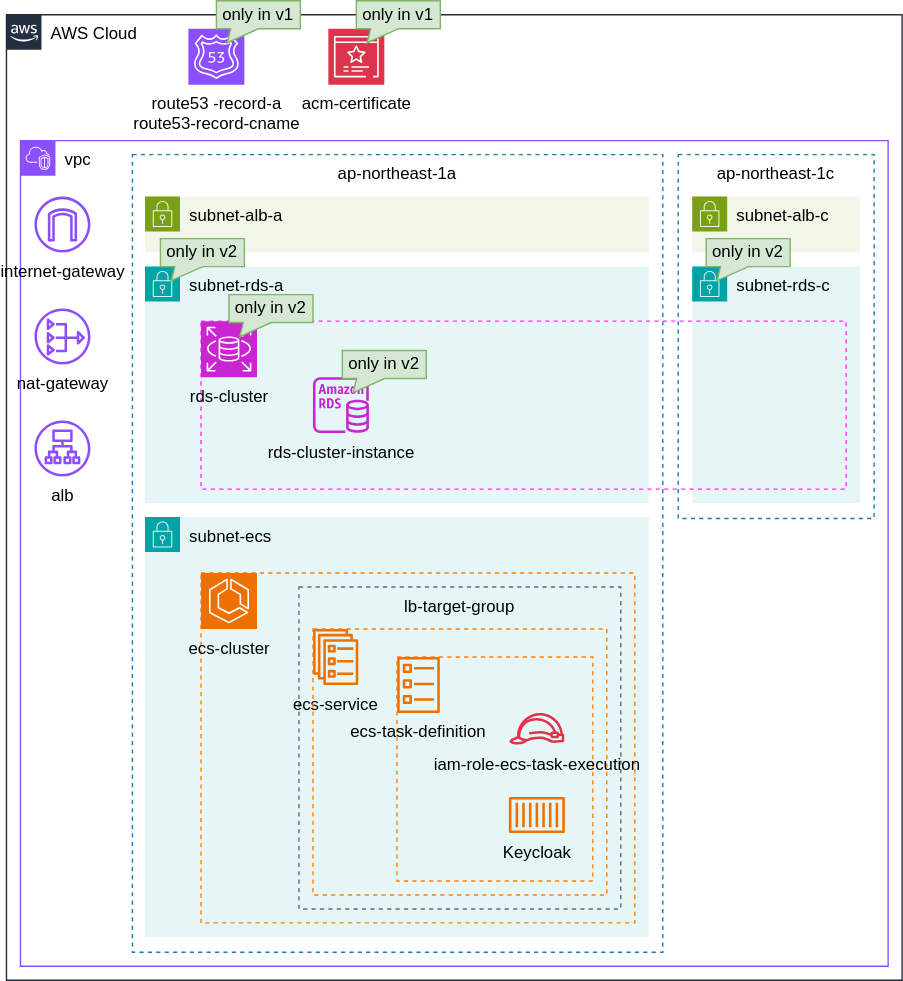
The draw.io diagram AWS/tf-keycloak/tf-keycloak.drawio.svg in cksittech/terraform-templates, before a commit. Source tidied: cells renumbered, new cells last; positions are measured from the earlier drawing's top-left corner, leaving out a move shared by most shapes.
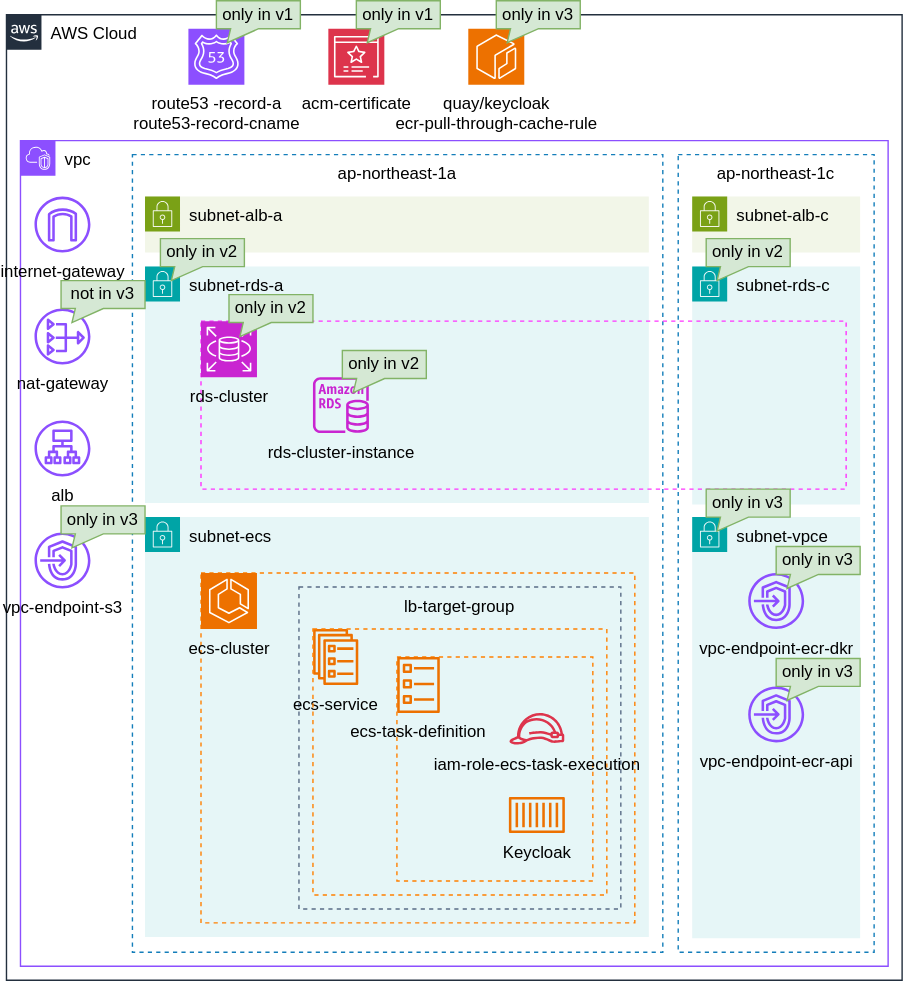
The same diagram one commit later.

Change to the diagram source:
```diff
@@ -11,6 +11,9 @@
     <mxCell id="4" value="acm-certificate" style="sketch=0;fontColor=#000000;fillColor=#DD344C;strokeColor=#ffffff;dashed=0;verticalLabelPosition=bottom;verticalAlign=top;align=center;html=1;fontSize=12;fontStyle=0;shape=mxgraph.aws4.resourceIcon;resIcon=mxgraph.aws4.certificate_manager_3;" parent="2" vertex="1">
       <mxGeometry x="230" y="10" width="40" height="40" as="geometry" />
     </mxCell>
+    <mxCell id="35" value="&lt;font style=&quot;color: rgb(0, 0, 0);&quot;&gt;quay/keycloak&lt;/font&gt;&lt;div&gt;&lt;font style=&quot;color: rgb(0, 0, 0);&quot;&gt;ecr-pull-through-cache-rule&lt;/font&gt;&lt;/div&gt;" style="sketch=0;fontColor=#232F3E;fillColor=#ED7100;strokeColor=#ffffff;dashed=0;verticalLabelPosition=bottom;verticalAlign=top;align=center;html=1;fontSize=12;fontStyle=0;shape=mxgraph.aws4.resourceIcon;resIcon=mxgraph.aws4.ecr;" parent="2" vertex="1">
+      <mxGeometry x="330" y="10" width="40" height="40" as="geometry" />
+    </mxCell>
     <mxCell id="5" value="&lt;div&gt;&lt;span style=&quot;background-color: transparent;&quot;&gt;&lt;font style=&quot;color: rgb(0, 0, 0);&quot;&gt;vpc&lt;/font&gt;&lt;/span&gt;&lt;/div&gt;" style="gradientColor=none;html=1;whiteSpace=wrap;fontSize=12;fontStyle=0;shape=mxgraph.aws4.group;grIcon=mxgraph.aws4.group_vpc2;strokeColor=#8C4FFF;fillColor=none;verticalAlign=top;align=left;spacingLeft=30;fontColor=#000000;dashed=0;" parent="1" vertex="1">
       <mxGeometry x="10" y="100" width="620" height="590" as="geometry" />
     </mxCell>
@@ -24,7 +27,7 @@
       <mxGeometry x="10" y="200" width="40" height="40" as="geometry" />
     </mxCell>
     <mxCell id="9" value="ap-northeast-1c" style="fillColor=none;strokeColor=#147EBA;dashed=1;verticalAlign=top;fontStyle=0;fontColor=#000000;whiteSpace=wrap;html=1;" parent="5" vertex="1">
-      <mxGeometry x="470" y="10" width="140" height="260" as="geometry" />
+      <mxGeometry x="470" y="10" width="140" height="570" as="geometry" />
     </mxCell>
     <mxCell id="10" value="ap-northeast-1a" style="fillColor=none;strokeColor=#147EBA;dashed=1;verticalAlign=top;fontStyle=0;fontColor=#000000;whiteSpace=wrap;html=1;" parent="5" vertex="1">
       <mxGeometry x="80" y="10" width="379" height="570" as="geometry" />
@@ -33,7 +36,7 @@
       <mxGeometry x="89" y="90" width="360" height="169" as="geometry" />
     </mxCell>
     <mxCell id="12" value="subnet-rds-c" style="gradientColor=none;html=1;whiteSpace=wrap;fontSize=12;fontStyle=0;shape=mxgraph.aws4.group;grIcon=mxgraph.aws4.group_security_group;grStroke=0;strokeColor=#00A4A6;fillColor=#E6F6F7;verticalAlign=top;align=left;spacingLeft=30;fontColor=#000000;dashed=0;" parent="5" vertex="1">
-      <mxGeometry x="480" y="90" width="120" height="169" as="geometry" />
+      <mxGeometry x="480" y="90" width="120" height="170" as="geometry" />
     </mxCell>
     <mxCell id="13" style="fillColor=none;strokeColor=#FF33FF;dashed=1;verticalAlign=top;fontStyle=0;fontColor=#000000;whiteSpace=wrap;html=1;" parent="5" vertex="1">
       <mxGeometry x="129" y="129" width="461" height="120" as="geometry" />
@@ -95,11 +98,41 @@
     <mxCell id="32" value="only in v2" style="shape=callout;whiteSpace=wrap;html=1;perimeter=calloutPerimeter;fillColor=#d5e8d4;strokeColor=#82b366;size=10;position=0.17;base=20;position2=0.13;" parent="5" vertex="1">
       <mxGeometry x="490" y="70" width="60" height="30" as="geometry" />
     </mxCell>
+    <mxCell id="36" value="subnet-vpce" style="gradientColor=none;html=1;whiteSpace=wrap;fontSize=12;fontStyle=0;shape=mxgraph.aws4.group;grIcon=mxgraph.aws4.group_security_group;grStroke=0;strokeColor=#00A4A6;fillColor=#E6F6F7;verticalAlign=top;align=left;spacingLeft=30;fontColor=#000000;dashed=0;" parent="5" vertex="1">
+      <mxGeometry x="480" y="269" width="120" height="301" as="geometry" />
+    </mxCell>
+    <mxCell id="37" value="&lt;font style=&quot;color: rgb(0, 0, 0);&quot;&gt;vpc-endpoint-s3&lt;/font&gt;" style="sketch=0;fontColor=#000000;gradientColor=none;fillColor=#8C4FFF;strokeColor=none;dashed=0;verticalLabelPosition=bottom;verticalAlign=top;align=center;html=1;fontSize=12;fontStyle=0;shape=mxgraph.aws4.endpoints;" parent="5" vertex="1">
+      <mxGeometry x="10" y="280" width="40" height="40" as="geometry" />
+    </mxCell>
+    <mxCell id="38" value="vpc-endpoint-ecr-api" style="sketch=0;fontColor=#000000;gradientColor=none;fillColor=#8C4FFF;strokeColor=none;dashed=0;verticalLabelPosition=bottom;verticalAlign=top;align=center;html=1;fontSize=12;fontStyle=0;shape=mxgraph.aws4.endpoints;" parent="5" vertex="1">
+      <mxGeometry x="520" y="390" width="40" height="40" as="geometry" />
+    </mxCell>
+    <mxCell id="39" value="&lt;font style=&quot;color: rgb(0, 0, 0);&quot;&gt;vpc-endpoint-ecr-dkr&lt;/font&gt;" style="sketch=0;fontColor=#000000;gradientColor=none;fillColor=#8C4FFF;strokeColor=none;dashed=0;verticalLabelPosition=bottom;verticalAlign=top;align=center;html=1;fontSize=12;fontStyle=0;shape=mxgraph.aws4.endpoints;" parent="5" vertex="1">
+      <mxGeometry x="520" y="309" width="40" height="40" as="geometry" />
+    </mxCell>
+    <mxCell id="40" value="only in v3" style="shape=callout;whiteSpace=wrap;html=1;perimeter=calloutPerimeter;fillColor=#d5e8d4;strokeColor=#82b366;size=10;position=0.17;base=20;position2=0.13;" parent="5" vertex="1">
+      <mxGeometry x="29" y="261" width="60" height="30" as="geometry" />
+    </mxCell>
+    <mxCell id="41" value="only in v3" style="shape=callout;whiteSpace=wrap;html=1;perimeter=calloutPerimeter;fillColor=#d5e8d4;strokeColor=#82b366;size=10;position=0.17;base=20;position2=0.13;" parent="5" vertex="1">
+      <mxGeometry x="540" y="290" width="60" height="30" as="geometry" />
+    </mxCell>
+    <mxCell id="42" value="only in v3" style="shape=callout;whiteSpace=wrap;html=1;perimeter=calloutPerimeter;fillColor=#d5e8d4;strokeColor=#82b366;size=10;position=0.17;base=20;position2=0.13;" parent="5" vertex="1">
+      <mxGeometry x="540" y="370" width="60" height="30" as="geometry" />
+    </mxCell>
+    <mxCell id="43" value="only in v3" style="shape=callout;whiteSpace=wrap;html=1;perimeter=calloutPerimeter;fillColor=#d5e8d4;strokeColor=#82b366;size=10;position=0.17;base=20;position2=0.13;" parent="5" vertex="1">
+      <mxGeometry x="490" y="249" width="60" height="30" as="geometry" />
+    </mxCell>
+    <mxCell id="44" value="not in v3" style="shape=callout;whiteSpace=wrap;html=1;perimeter=calloutPerimeter;fillColor=#d5e8d4;strokeColor=#82b366;size=10;position=0.17;base=20;position2=0.13;" parent="5" vertex="1">
+      <mxGeometry x="29" y="100" width="60" height="30" as="geometry" />
+    </mxCell>
     <mxCell id="33" value="only in v1" style="shape=callout;whiteSpace=wrap;html=1;perimeter=calloutPerimeter;fillColor=#d5e8d4;strokeColor=#82b366;size=10;position=0.17;base=20;position2=0.13;" parent="1" vertex="1">
       <mxGeometry x="150" width="60" height="30" as="geometry" />
     </mxCell>
     <mxCell id="34" value="only in v1" style="shape=callout;whiteSpace=wrap;html=1;perimeter=calloutPerimeter;fillColor=#d5e8d4;strokeColor=#82b366;size=10;position=0.17;base=20;position2=0.13;" parent="1" vertex="1">
       <mxGeometry x="250" width="60" height="30" as="geometry" />
     </mxCell>
+    <mxCell id="45" value="only in v3" style="shape=callout;whiteSpace=wrap;html=1;perimeter=calloutPerimeter;fillColor=#d5e8d4;strokeColor=#82b366;size=10;position=0.17;base=20;position2=0.13;" parent="1" vertex="1">
+      <mxGeometry x="350" width="60" height="30" as="geometry" />
+    </mxCell>
   </root>
 </mxGraphModel>
```
